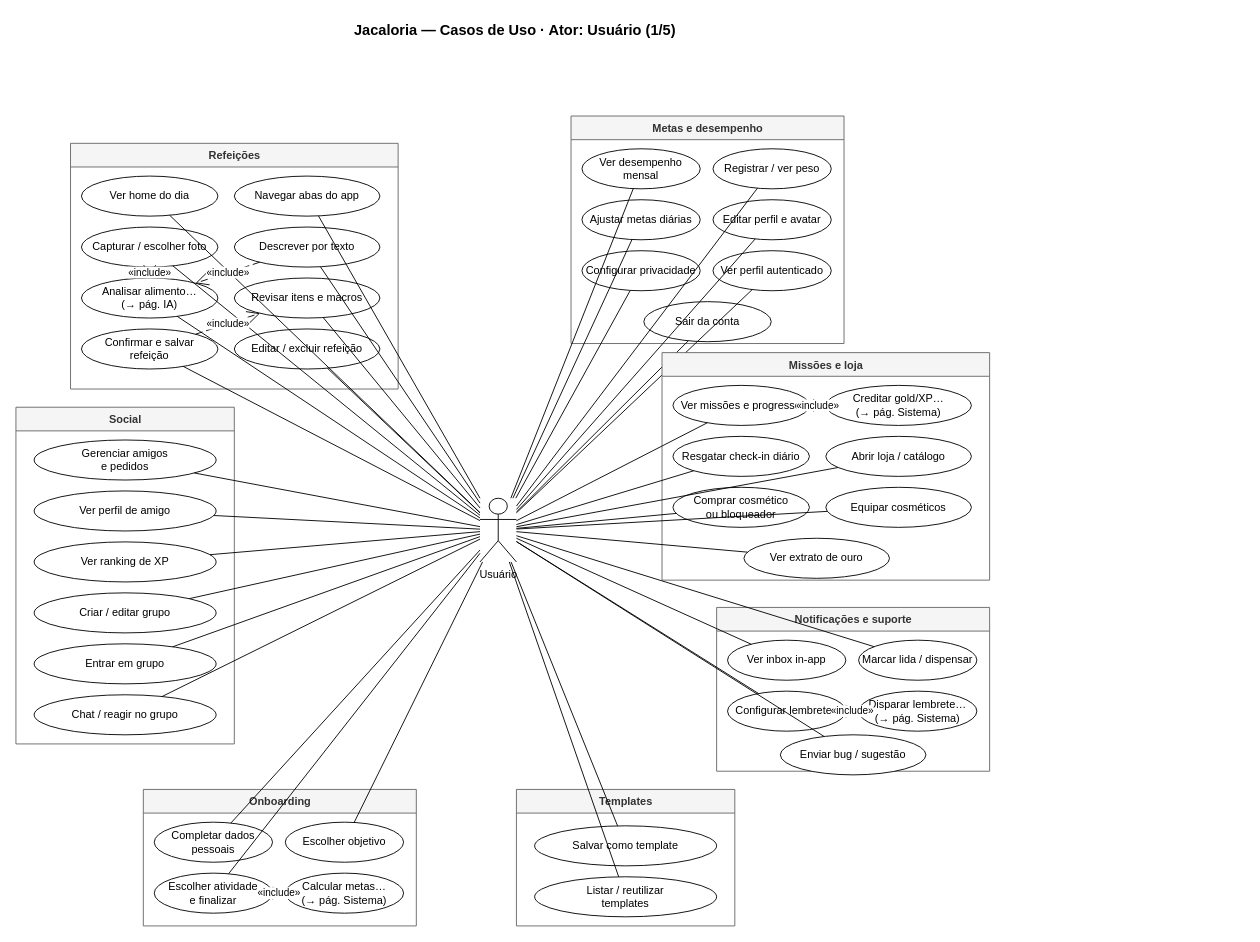
Before: page "Usuário" (1 of 5) of frontend/CasosDeUso.drawio in israelhub/JacalorIA-CONTADOR-DE-CALORIAS, a draw.io diagram. Source tidied: cells renumbered, new cells numbered last; positions are measured from the earlier drawing's top-left corner, leaving out a move shared by most shapes. Both pictures are drawn from the tidied source at 91%, with x=0, y=0 at pixel (15, 15).
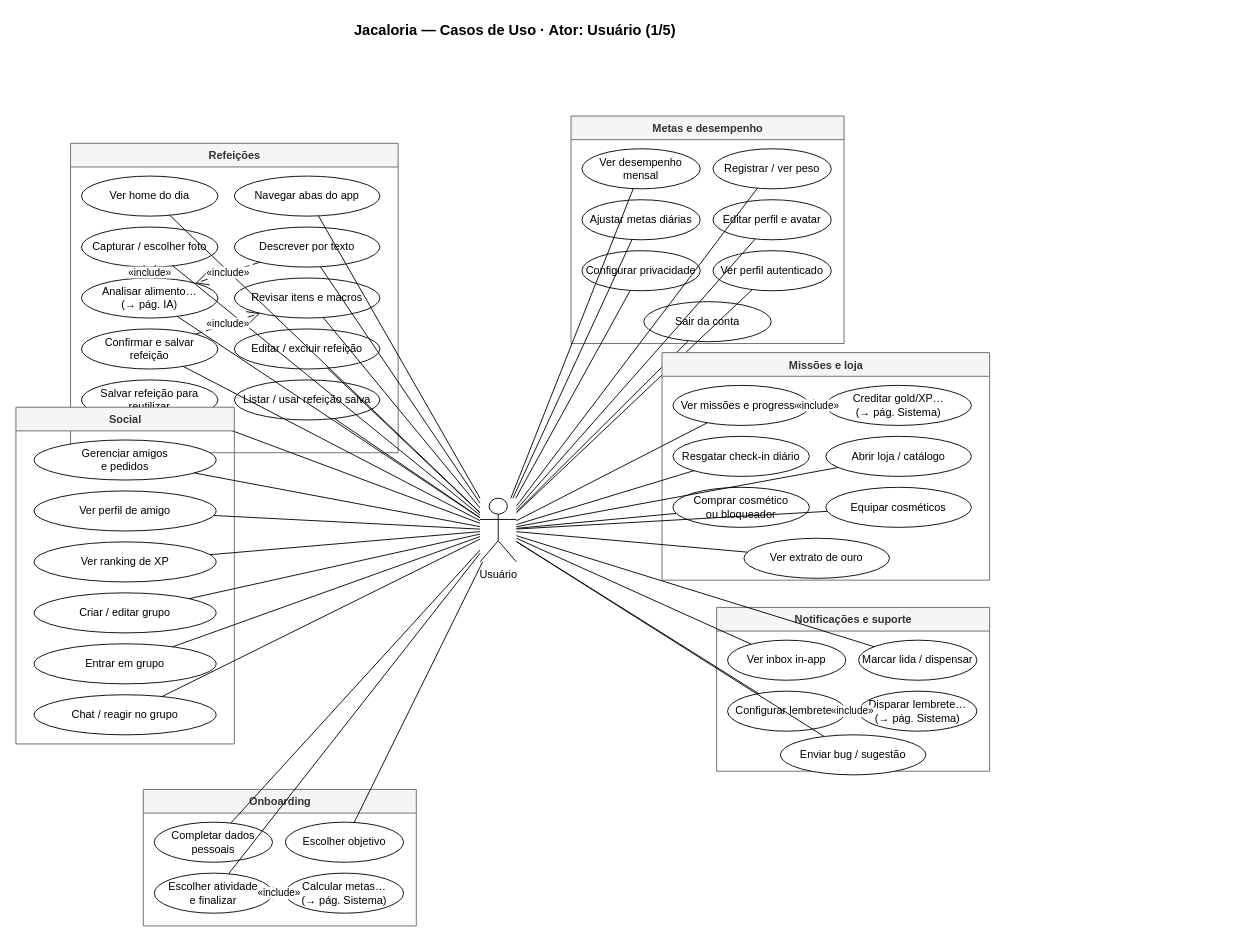
The same diagram, later.

Commit message:
Move templates para Refeições e renomeia casos de uso.

Pacote Templates removido; "Salvar refeição para reutilizar" e
"Listar / usar refeição salva" ficam dentro de Refeições (pedido Israel).

The edit, as a diff of the source:
```diff
@@
     <mxCell id="13" value="Refeições" style="swimlane;fontStyle=1;align=center;verticalAlign=top;startSize=26;fillColor=#f5f5f5;strokeColor=#666666;fontColor=#333333;html=1;" parent="1" vertex="1">
-      <mxGeometry x="60" y="140" width="360" height="270" as="geometry" />
+      <mxGeometry x="60" y="140" width="360" height="340" as="geometry" />
     </mxCell>
@@
-    <mxCell id="33" value="Templates" style="swimlane;fontStyle=1;align=center;verticalAlign=top;startSize=26;fillColor=#f5f5f5;strokeColor=#666666;fontColor=#333333;html=1;" parent="1" vertex="1">
-      <mxGeometry x="550" y="850" width="240" height="150" as="geometry" />
-    </mxCell>
-    <mxCell id="34" value="Salvar como template" style="ellipse;whiteSpace=wrap;html=1;" parent="33" vertex="1">
-      <mxGeometry x="20" y="40" width="200" height="44" as="geometry" />
+    <mxCell id="34" value="Salvar refeição para reutilizar" style="ellipse;whiteSpace=wrap;html=1;" parent="13" vertex="1">
+      <mxGeometry x="12" y="260" width="150" height="44" as="geometry" />
     </mxCell>
-    <mxCell id="35" value="Listar / reutilizar&#10;templates" style="ellipse;whiteSpace=wrap;html=1;" parent="33" vertex="1">
-      <mxGeometry x="20" y="96" width="200" height="44" as="geometry" />
+    <mxCell id="35" value="Listar / usar refeição salva" style="ellipse;whiteSpace=wrap;html=1;" parent="13" vertex="1">
+      <mxGeometry x="180" y="260" width="160" height="44" as="geometry" />
     </mxCell>
```
